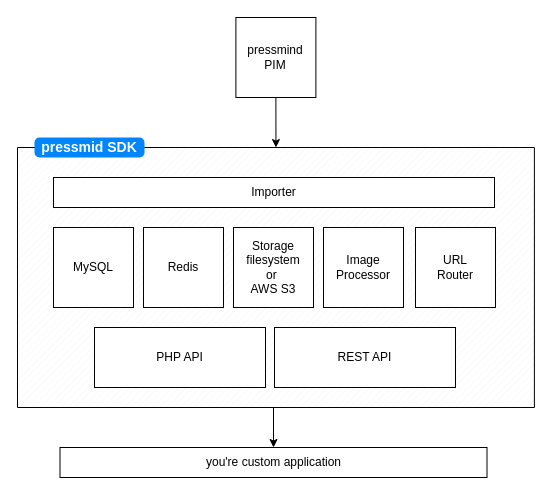
pressmind/sdk keeps this draw.io diagram as pressmind_sdk.drawio. Above is the earlier version. Source tidied: cells renumbered, new cells numbered last; positions are measured from the earlier drawing's top-left corner, leaving out a move shared by most shapes. Both pictures are drawn from the tidied source at 100%, with x=0, y=0 at pixel (17, 17).
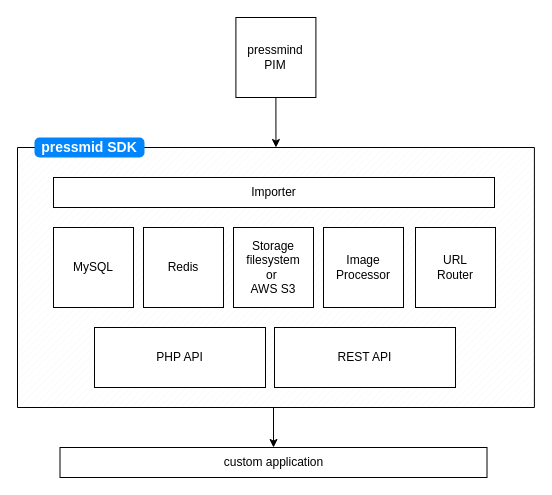
Above is the later version.

Change to the diagram source:
```diff
@@
 <mxGraphModel>
   <root>
     <mxCell id="0" />
     <mxCell id="1" parent="0" />
     <mxCell id="2" style="verticalLabelPosition=bottom;verticalAlign=top;html=1;shape=mxgraph.basic.patternFillRect;fillStyle=diag;step=5;fillStrokeWidth=0.2;fillStrokeColor=#dddddd;" parent="1" vertex="1">
       <mxGeometry y="130" width="516.9" height="260" as="geometry" />
     </mxCell>
     <mxCell id="3" value="pressmind&lt;br&gt;PIM" style="whiteSpace=wrap;html=1;" parent="1" vertex="1">
       <mxGeometry x="218.4" width="80" height="80" as="geometry" />
     </mxCell>
     <mxCell id="4" value="MySQL" style="whiteSpace=wrap;html=1;" parent="1" vertex="1">
       <mxGeometry x="36" y="210" width="80" height="80" as="geometry" />
     </mxCell>
     <mxCell id="5" value="Redis" style="whiteSpace=wrap;html=1;" parent="1" vertex="1">
       <mxGeometry x="126" y="210" width="80" height="80" as="geometry" />
     </mxCell>
     <mxCell id="6" value="Image Processor" style="whiteSpace=wrap;html=1;" parent="1" vertex="1">
       <mxGeometry x="306" y="210" width="80" height="80" as="geometry" />
     </mxCell>
     <mxCell id="7" value="Importer" style="rounded=0;whiteSpace=wrap;html=1;" parent="1" vertex="1">
       <mxGeometry x="36" y="160" width="441" height="30" as="geometry" />
     </mxCell>
     <mxCell id="8" value="PHP API" style="rounded=0;whiteSpace=wrap;html=1;" parent="1" vertex="1">
       <mxGeometry x="77" y="310" width="171" height="60" as="geometry" />
     </mxCell>
     <mxCell id="9" value="Storage&lt;br&gt;filesystem&lt;br&gt;or&amp;nbsp;&lt;br&gt;AWS S3" style="whiteSpace=wrap;html=1;" parent="1" vertex="1">
       <mxGeometry x="216" y="210" width="80" height="80" as="geometry" />
     </mxCell>
     <mxCell id="10" style="endArrow=classic;html=1;entryX=0.5;entryY=0;entryDx=0;entryDy=0;entryPerimeter=0;exitX=0.5;exitY=1;exitDx=0;exitDy=0;" parent="1" edge="1" source="3" target="2">
       <mxGeometry relative="1" as="geometry" />
     </mxCell>
     <mxCell id="11" value="REST API" style="rounded=0;whiteSpace=wrap;html=1;" parent="1" vertex="1">
       <mxGeometry x="257" y="310" width="181" height="60" as="geometry" />
     </mxCell>
-    <mxCell id="12" value="you're custom application" style="rounded=0;whiteSpace=wrap;html=1;" parent="1" vertex="1">
+    <mxCell id="12" value="custom application" style="rounded=0;whiteSpace=wrap;html=1;" parent="1" vertex="1">
       <mxGeometry x="42.5" y="430" width="427" height="30" as="geometry" />
     </mxCell>
     <mxCell id="13" style="endArrow=classic;html=1;entryX=0.5;entryY=0;entryDx=0;entryDy=0;" parent="1" edge="1" target="12">
       <mxGeometry relative="1" as="geometry">
         <mxPoint x="256" y="390" as="sourcePoint" />
       </mxGeometry>
     </mxCell>
     <mxCell id="14" value="URL &lt;br&gt;Router" style="whiteSpace=wrap;html=1;" parent="1" vertex="1">
       <mxGeometry x="398" y="210" width="80" height="80" as="geometry" />
     </mxCell>
     <mxCell id="15" value="pressmid SDK" style="html=1;shadow=0;dashed=0;shape=mxgraph.bootstrap.rrect;rSize=5;strokeColor=none;strokeWidth=1;fillColor=#0085FC;fontColor=#FFFFFF;whiteSpace=wrap;align=center;verticalAlign=middle;spacingLeft=0;fontStyle=1;fontSize=14;spacing=5;" parent="1" vertex="1">
       <mxGeometry x="17" y="120" width="110" height="20" as="geometry" />
     </mxCell>
   </root>
 </mxGraphModel>
```
